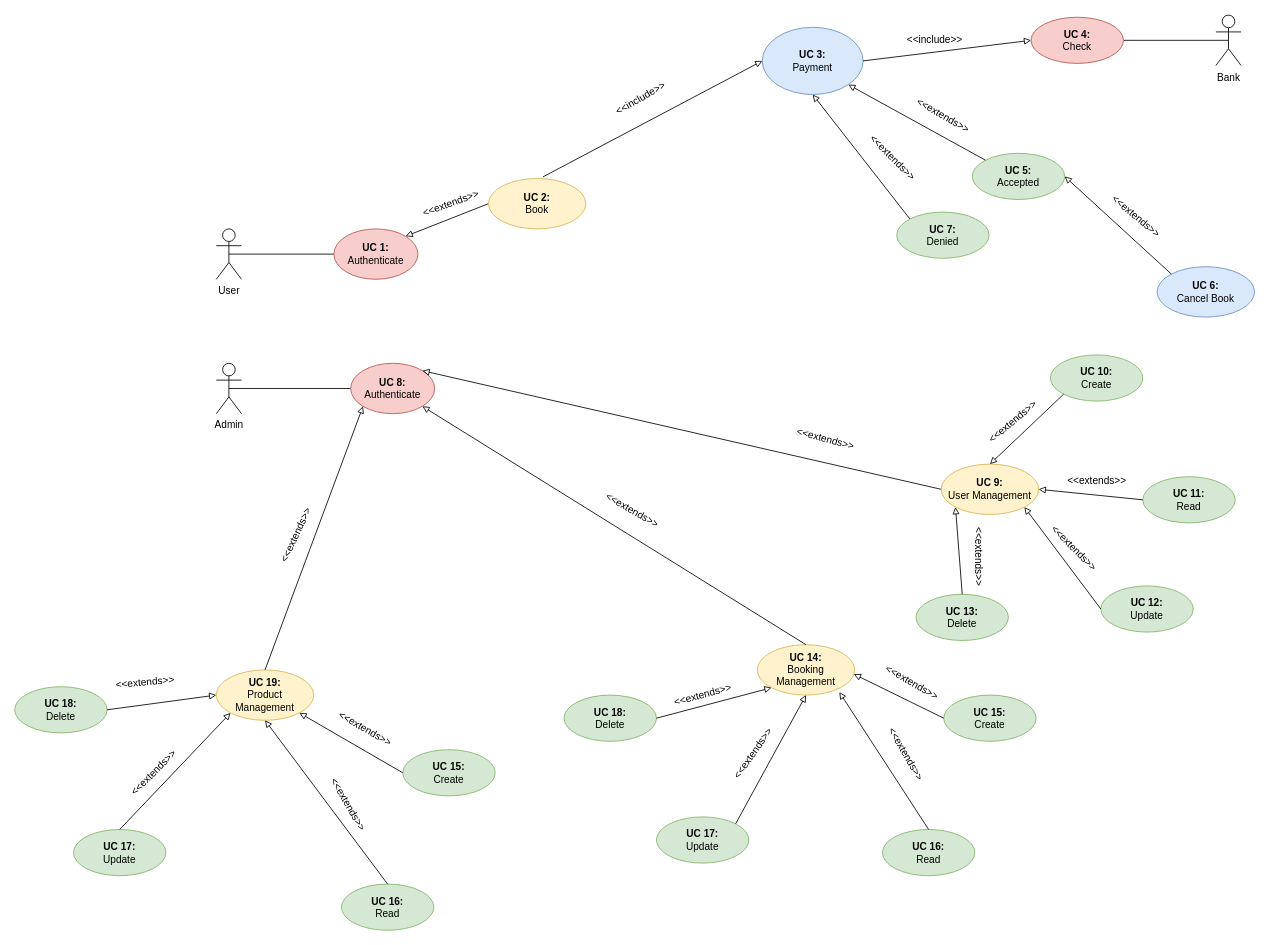
Earlier version of the draw.io diagram docs/en/diagrams/drawio/usecase_diagram.drawio (TheReported/jhoola). Source tidied: cells renumbered, new cells numbered last; positions are measured from the earlier drawing's top-left corner, leaving out a move shared by most shapes. Both pictures are drawn from the tidied source at 84%, with x=0, y=0 at pixel (14, 15).
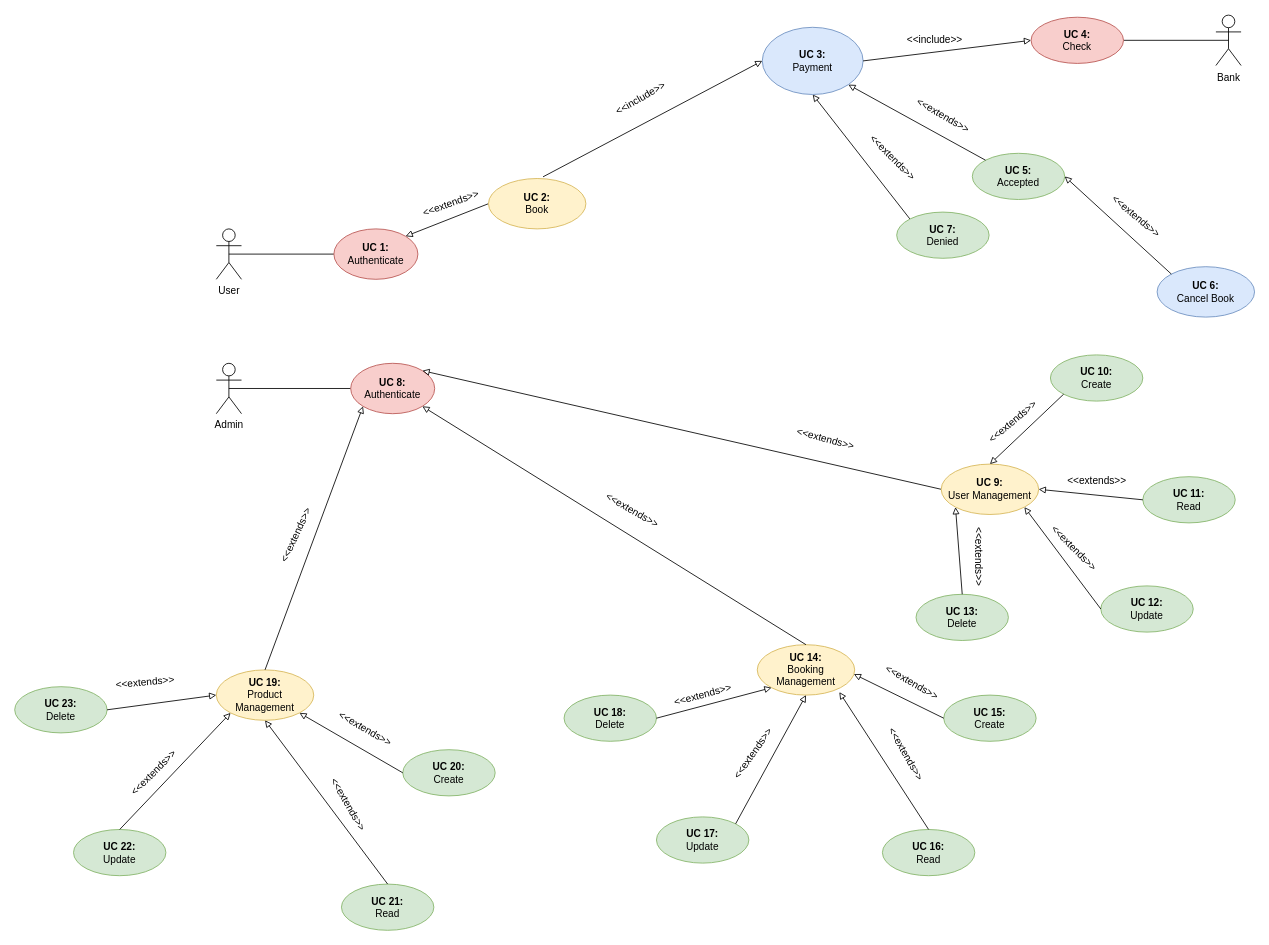
Above is the later version.

What changed in the source:
```diff
@@
-    <mxCell id="61" value="&lt;div&gt;&lt;b&gt;UC 18:&lt;/b&gt;&lt;/div&gt;&lt;div&gt;Delete&lt;br&gt;&lt;/div&gt;" style="ellipse;whiteSpace=wrap;html=1;fillColor=#d5e8d4;strokeColor=#82b366;" parent="1" vertex="1">
+    <mxCell id="61" value="&lt;div&gt;&lt;b&gt;UC 23:&lt;/b&gt;&lt;/div&gt;&lt;div&gt;Delete&lt;br&gt;&lt;/div&gt;" style="ellipse;whiteSpace=wrap;html=1;fillColor=#d5e8d4;strokeColor=#82b366;" parent="1" vertex="1">
       <mxGeometry y="799" width="110" height="55" as="geometry" />
     </mxCell>
-    <mxCell id="62" value="&lt;div&gt;&lt;b&gt;UC 17:&lt;/b&gt;&lt;/div&gt;&lt;div&gt;Update&lt;br&gt;&lt;/div&gt;" style="ellipse;whiteSpace=wrap;html=1;fillColor=#d5e8d4;strokeColor=#82b366;" parent="1" vertex="1">
+    <mxCell id="62" value="&lt;div&gt;&lt;b&gt;UC 22:&lt;/b&gt;&lt;/div&gt;&lt;div&gt;Update&lt;br&gt;&lt;/div&gt;" style="ellipse;whiteSpace=wrap;html=1;fillColor=#d5e8d4;strokeColor=#82b366;" parent="1" vertex="1">
       <mxGeometry x="70" y="969" width="110" height="55" as="geometry" />
     </mxCell>
-    <mxCell id="63" value="&lt;div&gt;&lt;b&gt;UC 16:&lt;/b&gt;&lt;/div&gt;&lt;div&gt;Read&lt;br&gt;&lt;/div&gt;" style="ellipse;whiteSpace=wrap;html=1;fillColor=#d5e8d4;strokeColor=#82b366;" parent="1" vertex="1">
+    <mxCell id="63" value="&lt;div&gt;&lt;b&gt;UC 21:&lt;/b&gt;&lt;/div&gt;&lt;div&gt;Read&lt;br&gt;&lt;/div&gt;" style="ellipse;whiteSpace=wrap;html=1;fillColor=#d5e8d4;strokeColor=#82b366;" parent="1" vertex="1">
       <mxGeometry x="389" y="1034" width="110" height="55" as="geometry" />
     </mxCell>
-    <mxCell id="64" value="&lt;b&gt;UC 15:&lt;/b&gt;&lt;br&gt;Create" style="ellipse;whiteSpace=wrap;html=1;fillColor=#d5e8d4;strokeColor=#82b366;" parent="1" vertex="1">
+    <mxCell id="64" value="&lt;b&gt;UC 20:&lt;/b&gt;&lt;br&gt;Create" style="ellipse;whiteSpace=wrap;html=1;fillColor=#d5e8d4;strokeColor=#82b366;" parent="1" vertex="1">
       <mxGeometry x="462" y="874" width="110" height="55" as="geometry" />
     </mxCell>
```
